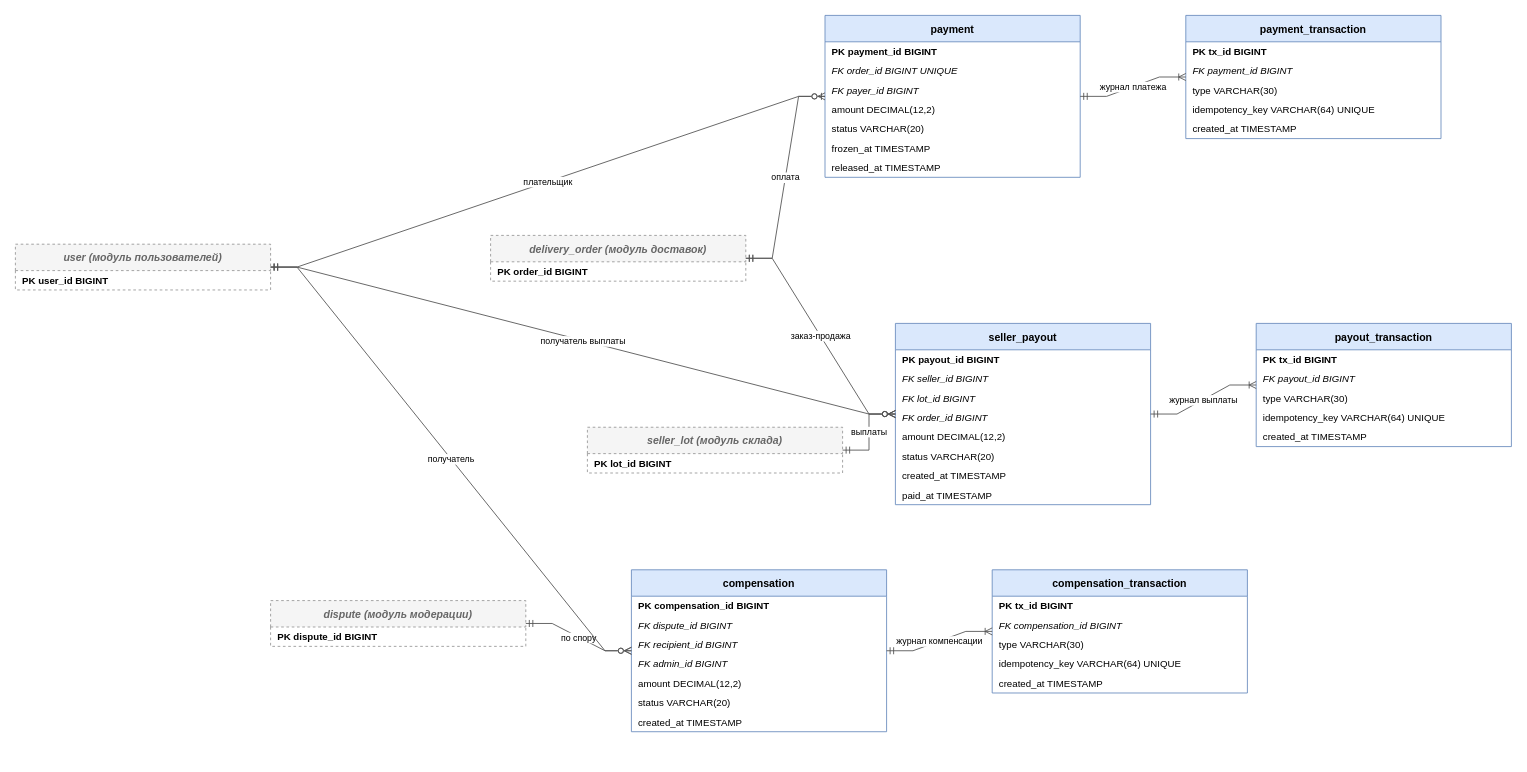
Above: page "4. Модуль обработки платежей" (4 of 7) of documentation/mineberries-db.drawio in AstroSoup/mineberries (draw.io), before the change. Source tidied: cells renumbered, new cells numbered last; positions are measured from the earlier drawing's top-left corner, leaving out a move shared by most shapes. Both pictures are drawn from the tidied source at 88%, with x=0, y=0 at pixel (15, 15).
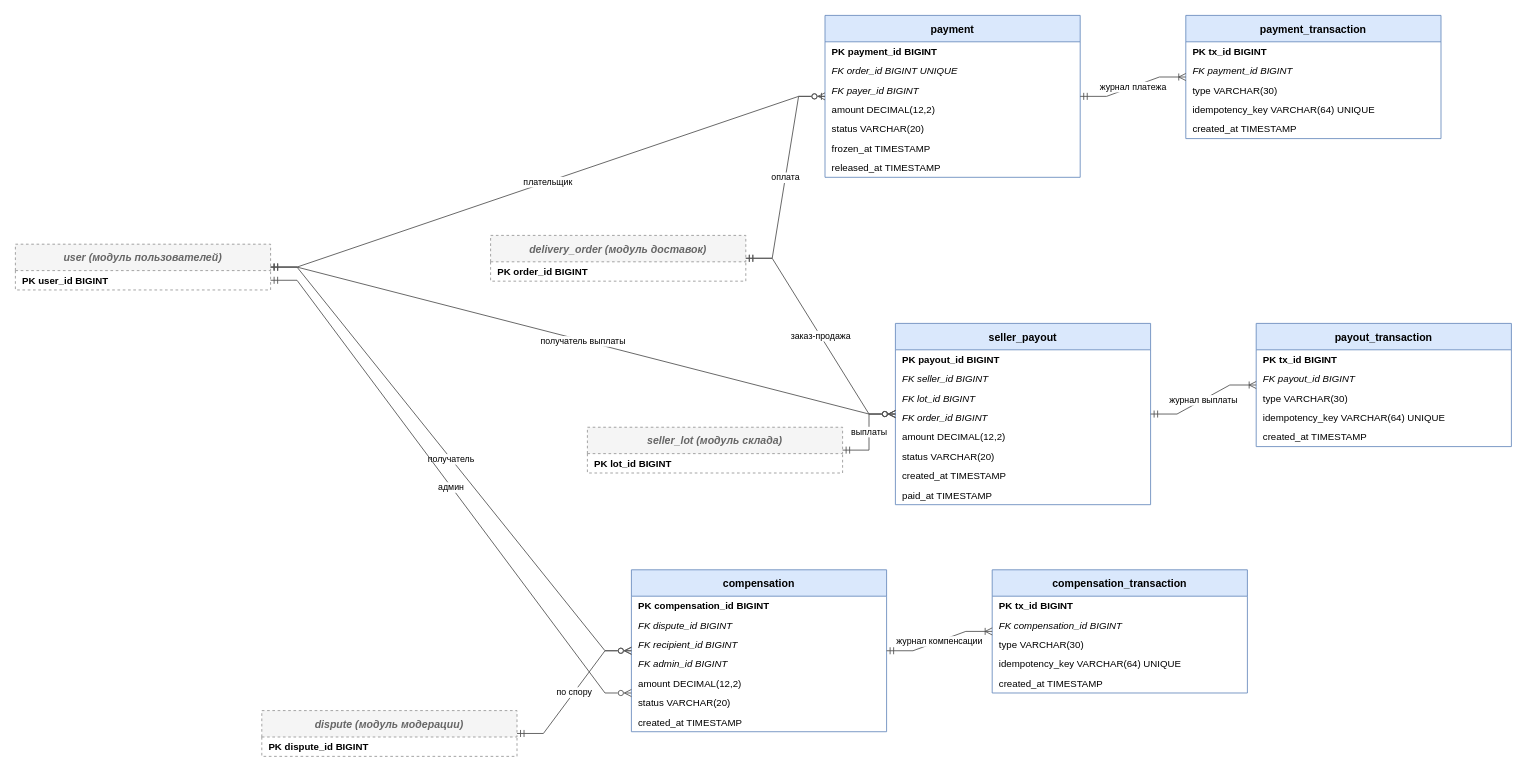
The same diagram, later.

Unchanged cells that the change refers to:
```xml
<mxCell id="3" value="PK user_id BIGINT" style="text;strokeColor=none;fillColor=none;align=left;verticalAlign=middle;spacingLeft=6;overflow=hidden;whiteSpace=nowrap;fontStyle=1;fontSize=11;fontColor=#000000;" parent="2" vertex="1">
  <mxGeometry y="30" width="290" height="22" as="geometry" />
</mxCell>
<mxCell id="44" value="amount DECIMAL(12,2)" style="text;strokeColor=none;fillColor=none;align=left;verticalAlign=middle;spacingLeft=6;overflow=hidden;whiteSpace=nowrap;fontStyle=0;fontSize=11;" parent="39" vertex="1">
  <mxGeometry y="118" width="290" height="22" as="geometry" />
</mxCell>
```

Change to the diagram source:
```diff
@@
     <mxCell id="8" value="dispute (модуль модерации)" style="swimlane;fontStyle=3;horizontal=1;startSize=30;fillColor=#f5f5f5;strokeColor=#999999;fontColor=#666666;dashed=1;" parent="1" vertex="1">
-      <mxGeometry x="290" y="665" width="290" height="52" as="geometry" />
+      <mxGeometry x="280" y="790" width="290" height="52" as="geometry" />
     </mxCell>
@@
+    <mxCell id="63" value="админ" style="edgeStyle=entityRelationEdgeStyle;html=1;fontSize=10;rounded=0;startArrow=ERmandOne;endArrow=ERzeroToMany;startFill=0;endFill=0;strokeColor=#555555;exitX=1;exitY=0.5;exitDx=0;exitDy=0;entryX=0;entryY=1;entryDx=0;entryDy=0;" parent="1" edge="1" source="3" target="44">
+      <mxGeometry relative="1" as="geometry" />
+    </mxCell>
```
